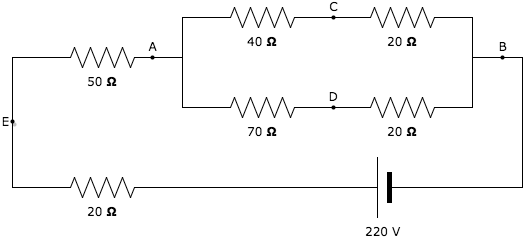
Before: insert-test.png, a diagram exported from draw.io (alderg/sandbox). Source tidied: cells renumbered, new cells last; positions are measured from the earlier drawing's top-left corner, leaving out a move shared by most shapes. The source it was exported from:
```xml
<mxGraphModel background="#ffffff">
  <root>
    <mxCell id="0" />
    <mxCell id="1" parent="0" />
    <mxCell id="2" style="edgeStyle=orthogonalEdgeStyle;rounded=0;html=1;exitX=1;exitY=0.5;exitPerimeter=0;entryX=0;entryY=0.5;entryPerimeter=0;labelBackgroundColor=none;startArrow=none;startFill=0;startSize=5;endArrow=none;endFill=0;endSize=5;jettySize=auto;strokeColor=#000000;strokeWidth=1;fontFamily=Verdana;fontSize=12;fontColor=#000000;" parent="1" edge="1" source="3" target="5">
      <mxGeometry relative="1" as="geometry" />
    </mxCell>
    <mxCell id="3" value="40&amp;nbsp;&lt;b&gt;Ω&lt;/b&gt;" style="verticalLabelPosition=bottom;shadow=0;dashed=0;align=center;fillColor=#ffffff;html=1;verticalAlign=top;strokeWidth=1;shape=mxgraph.electrical.resistors.resistor_2;rounded=1;comic=0;labelBackgroundColor=none;fontFamily=Verdana;fontSize=12;fontColor=#000000;" parent="1" vertex="1">
      <mxGeometry x="202" width="100" height="20" as="geometry" />
    </mxCell>
    <mxCell id="4" style="edgeStyle=orthogonalEdgeStyle;rounded=0;html=1;exitX=1;exitY=0.5;exitPerimeter=0;labelBackgroundColor=none;startArrow=none;startFill=0;startSize=5;endArrow=none;endFill=0;endSize=5;jettySize=auto;strokeColor=#000000;strokeWidth=1;fontFamily=Verdana;fontSize=12;fontColor=#000000;" parent="1" edge="1" source="5">
      <mxGeometry relative="1" as="geometry">
        <mxPoint x="492" y="50" as="targetPoint" />
        <Array as="points">
          <mxPoint x="462" y="10" />
          <mxPoint x="462" y="50" />
        </Array>
      </mxGeometry>
    </mxCell>
    <mxCell id="5" value="20&amp;nbsp;&lt;b&gt;Ω&lt;/b&gt;" style="verticalLabelPosition=bottom;shadow=0;dashed=0;align=center;fillColor=#ffffff;html=1;verticalAlign=top;strokeWidth=1;shape=mxgraph.electrical.resistors.resistor_2;rounded=1;comic=0;labelBackgroundColor=none;fontFamily=Verdana;fontSize=12;fontColor=#000000;" parent="1" vertex="1">
      <mxGeometry x="342" width="100" height="20" as="geometry" />
    </mxCell>
    <mxCell id="6" style="edgeStyle=orthogonalEdgeStyle;rounded=0;html=1;exitX=1;exitY=0.5;exitPerimeter=0;entryX=0;entryY=0.5;entryPerimeter=0;labelBackgroundColor=none;startArrow=none;startFill=0;startSize=5;endArrow=none;endFill=0;endSize=5;jettySize=auto;strokeColor=#000000;strokeWidth=1;fontFamily=Verdana;fontSize=12;fontColor=#000000;" parent="1" edge="1" source="7" target="9">
      <mxGeometry relative="1" as="geometry" />
    </mxCell>
    <mxCell id="7" value="70&amp;nbsp;&lt;b&gt;Ω&lt;/b&gt;" style="verticalLabelPosition=bottom;shadow=0;dashed=0;align=center;fillColor=#ffffff;html=1;verticalAlign=top;strokeWidth=1;shape=mxgraph.electrical.resistors.resistor_2;rounded=1;comic=0;labelBackgroundColor=none;fontFamily=Verdana;fontSize=12;fontColor=#000000;" parent="1" vertex="1">
      <mxGeometry x="202" y="90" width="100" height="20" as="geometry" />
    </mxCell>
    <mxCell id="8" style="edgeStyle=orthogonalEdgeStyle;rounded=0;html=1;exitX=1;exitY=0.5;exitPerimeter=0;labelBackgroundColor=none;startArrow=none;startFill=0;startSize=5;endArrow=none;endFill=0;endSize=5;jettySize=auto;strokeColor=#000000;strokeWidth=1;fontFamily=Verdana;fontSize=12;fontColor=#000000;" parent="1" edge="1" source="9">
      <mxGeometry relative="1" as="geometry">
        <mxPoint x="492" y="50" as="targetPoint" />
        <Array as="points">
          <mxPoint x="462" y="100" />
          <mxPoint x="462" y="50" />
        </Array>
      </mxGeometry>
    </mxCell>
    <mxCell id="9" value="20&amp;nbsp;&lt;b&gt;Ω&lt;/b&gt;" style="verticalLabelPosition=bottom;shadow=0;dashed=0;align=center;fillColor=#ffffff;html=1;verticalAlign=top;strokeWidth=1;shape=mxgraph.electrical.resistors.resistor_2;rounded=1;comic=0;labelBackgroundColor=none;fontFamily=Verdana;fontSize=12;fontColor=#000000;" parent="1" vertex="1">
      <mxGeometry x="342" y="90" width="100" height="20" as="geometry" />
    </mxCell>
    <mxCell id="10" style="edgeStyle=orthogonalEdgeStyle;rounded=0;html=1;exitX=1;exitY=0.5;exitPerimeter=0;entryX=0;entryY=0.5;entryPerimeter=0;labelBackgroundColor=none;startArrow=none;startFill=0;startSize=5;endArrow=none;endFill=0;endSize=5;jettySize=auto;strokeColor=#000000;strokeWidth=1;fontFamily=Verdana;fontSize=12;fontColor=#000000;" parent="1" edge="1" source="12" target="3">
      <mxGeometry relative="1" as="geometry" />
    </mxCell>
    <mxCell id="11" style="edgeStyle=orthogonalEdgeStyle;rounded=0;html=1;exitX=1;exitY=0.5;exitPerimeter=0;entryX=0;entryY=0.5;entryPerimeter=0;labelBackgroundColor=none;startArrow=none;startFill=0;startSize=5;endArrow=none;endFill=0;endSize=5;jettySize=auto;strokeColor=#000000;strokeWidth=1;fontFamily=Verdana;fontSize=12;fontColor=#000000;" parent="1" edge="1" source="12" target="7">
      <mxGeometry relative="1" as="geometry" />
    </mxCell>
    <mxCell id="12" value="50&amp;nbsp;&lt;b&gt;Ω&lt;/b&gt;" style="verticalLabelPosition=bottom;shadow=0;dashed=0;align=center;fillColor=#ffffff;html=1;verticalAlign=top;strokeWidth=1;shape=mxgraph.electrical.resistors.resistor_2;rounded=1;comic=0;labelBackgroundColor=none;fontFamily=Verdana;fontSize=12;fontColor=#000000;" parent="1" vertex="1">
      <mxGeometry x="42" y="40" width="100" height="20" as="geometry" />
    </mxCell>
    <mxCell id="13" style="edgeStyle=orthogonalEdgeStyle;rounded=0;html=1;exitX=0;exitY=0.5;exitPerimeter=0;entryX=0;entryY=0.5;entryPerimeter=0;labelBackgroundColor=none;startArrow=none;startFill=0;startSize=5;endArrow=none;endFill=0;endSize=5;jettySize=auto;strokeColor=#000000;strokeWidth=1;fontFamily=Verdana;fontSize=12;fontColor=#000000;" parent="1" edge="1" source="14" target="12">
      <mxGeometry relative="1" as="geometry">
        <Array as="points">
          <mxPoint x="2" y="180" />
          <mxPoint x="2" y="50" />
        </Array>
      </mxGeometry>
    </mxCell>
    <mxCell id="14" value="20&amp;nbsp;&lt;b&gt;Ω&lt;/b&gt;" style="verticalLabelPosition=bottom;shadow=0;dashed=0;align=center;fillColor=#ffffff;html=1;verticalAlign=top;strokeWidth=1;shape=mxgraph.electrical.resistors.resistor_2;rounded=1;comic=0;labelBackgroundColor=none;fontFamily=Verdana;fontSize=12;fontColor=#000000;" parent="1" vertex="1">
      <mxGeometry x="42" y="170" width="100" height="20" as="geometry" />
    </mxCell>
    <mxCell id="15" style="edgeStyle=orthogonalEdgeStyle;rounded=0;html=1;exitX=1;exitY=0.5;exitPerimeter=0;entryX=1;entryY=0.5;entryPerimeter=0;labelBackgroundColor=none;startArrow=none;startFill=0;startSize=5;endArrow=none;endFill=0;endSize=5;jettySize=auto;strokeColor=#000000;strokeWidth=1;fontFamily=Verdana;fontSize=12;fontColor=#000000;" parent="1" edge="1" source="17" target="14">
      <mxGeometry relative="1" as="geometry" />
    </mxCell>
    <mxCell id="16" style="edgeStyle=orthogonalEdgeStyle;rounded=0;html=1;exitX=0;exitY=0.5;exitPerimeter=0;labelBackgroundColor=none;startArrow=none;startFill=0;startSize=5;endArrow=none;endFill=0;endSize=5;jettySize=auto;strokeColor=#000000;strokeWidth=1;fontFamily=Verdana;fontSize=12;fontColor=#000000;" parent="1" edge="1" source="17">
      <mxGeometry relative="1" as="geometry">
        <mxPoint x="492" y="50" as="targetPoint" />
        <Array as="points">
          <mxPoint x="512" y="180" />
          <mxPoint x="512" y="50" />
        </Array>
      </mxGeometry>
    </mxCell>
    <mxCell id="17" value="220 V" style="verticalLabelPosition=bottom;shadow=0;dashed=0;align=center;fillColor=#000000;strokeColor=#000000;html=1;verticalAlign=top;strokeWidth=1;shape=mxgraph.electrical.miscellaneous.monocell_battery;rounded=1;comic=0;labelBackgroundColor=none;fontFamily=Verdana;fontSize=12;fontColor=#000000;flipH=1;" parent="1" vertex="1">
      <mxGeometry x="322" y="150" width="100" height="60" as="geometry" />
    </mxCell>
    <mxCell id="18" value="A" style="ellipse;whiteSpace=wrap;html=1;rounded=1;shadow=0;comic=0;labelBackgroundColor=none;strokeColor=none;strokeWidth=2;fillColor=#000000;fontFamily=Verdana;fontSize=12;fontColor=#000000;align=center;labelPosition=center;verticalLabelPosition=top;verticalAlign=bottom;" parent="1" vertex="1">
      <mxGeometry x="140" y="48" width="4" height="4" as="geometry" />
    </mxCell>
    <mxCell id="19" value="C" style="ellipse;whiteSpace=wrap;html=1;rounded=1;shadow=0;comic=0;labelBackgroundColor=none;strokeColor=none;strokeWidth=2;fillColor=#000000;fontFamily=Verdana;fontSize=12;fontColor=#000000;align=center;labelPosition=center;verticalLabelPosition=top;verticalAlign=bottom;" parent="1" vertex="1">
      <mxGeometry x="321" y="8" width="4" height="4" as="geometry" />
    </mxCell>
    <mxCell id="20" value="D" style="ellipse;whiteSpace=wrap;html=1;rounded=1;shadow=0;comic=0;labelBackgroundColor=none;strokeColor=none;strokeWidth=2;fillColor=#000000;fontFamily=Verdana;fontSize=12;fontColor=#000000;align=center;labelPosition=center;verticalLabelPosition=top;verticalAlign=bottom;" parent="1" vertex="1">
      <mxGeometry x="321" y="98" width="4" height="4" as="geometry" />
    </mxCell>
    <mxCell id="21" value="B" style="ellipse;whiteSpace=wrap;html=1;rounded=1;shadow=0;comic=0;labelBackgroundColor=none;strokeColor=none;strokeWidth=2;fillColor=#000000;fontFamily=Verdana;fontSize=12;fontColor=#000000;align=center;labelPosition=center;verticalLabelPosition=top;verticalAlign=bottom;" parent="1" vertex="1">
      <mxGeometry x="490" y="48" width="4" height="4" as="geometry" />
    </mxCell>
    <mxCell id="22" value="E" style="ellipse;whiteSpace=wrap;html=1;rounded=1;shadow=1;comic=0;labelBackgroundColor=none;strokeColor=none;strokeWidth=2;fillColor=#000000;fontFamily=Verdana;fontSize=12;fontColor=#000000;align=right;labelPosition=left;verticalLabelPosition=middle;verticalAlign=middle;" parent="1" vertex="1">
      <mxGeometry y="112" width="4" height="4" as="geometry" />
    </mxCell>
  </root>
</mxGraphModel>
```
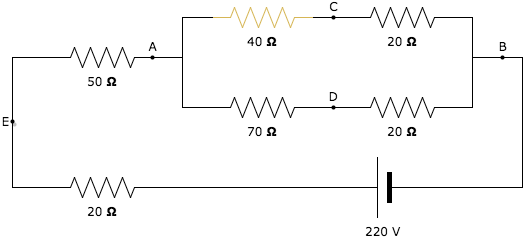
The same file after the commit.

Change to the diagram source:
```diff
@@ -5,7 +5,7 @@
     <mxCell id="2" style="edgeStyle=orthogonalEdgeStyle;rounded=0;html=1;exitX=1;exitY=0.5;exitPerimeter=0;entryX=0;entryY=0.5;entryPerimeter=0;labelBackgroundColor=none;startArrow=none;startFill=0;startSize=5;endArrow=none;endFill=0;endSize=5;jettySize=auto;strokeColor=#000000;strokeWidth=1;fontFamily=Verdana;fontSize=12;fontColor=#000000;" parent="1" edge="1" source="3" target="5">
       <mxGeometry relative="1" as="geometry" />
     </mxCell>
-    <mxCell id="3" value="40&amp;nbsp;&lt;b&gt;Ω&lt;/b&gt;" style="verticalLabelPosition=bottom;shadow=0;dashed=0;align=center;fillColor=#ffffff;html=1;verticalAlign=top;strokeWidth=1;shape=mxgraph.electrical.resistors.resistor_2;rounded=1;comic=0;labelBackgroundColor=none;fontFamily=Verdana;fontSize=12;fontColor=#000000;" parent="1" vertex="1">
+    <mxCell id="3" value="40&amp;nbsp;&lt;b&gt;Ω&lt;/b&gt;" style="verticalLabelPosition=bottom;shadow=0;dashed=0;align=center;fillColor=#fff2cc;html=1;verticalAlign=top;strokeWidth=1;shape=mxgraph.electrical.resistors.resistor_2;rounded=1;comic=0;labelBackgroundColor=none;fontFamily=Verdana;fontSize=12;fontColor=#000000;strokeColor=#d6b656;" parent="1" vertex="1">
       <mxGeometry x="202" width="100" height="20" as="geometry" />
     </mxCell>
     <mxCell id="4" style="edgeStyle=orthogonalEdgeStyle;rounded=0;html=1;exitX=1;exitY=0.5;exitPerimeter=0;labelBackgroundColor=none;startArrow=none;startFill=0;startSize=5;endArrow=none;endFill=0;endSize=5;jettySize=auto;strokeColor=#000000;strokeWidth=1;fontFamily=Verdana;fontSize=12;fontColor=#000000;" parent="1" edge="1" source="5">
```
